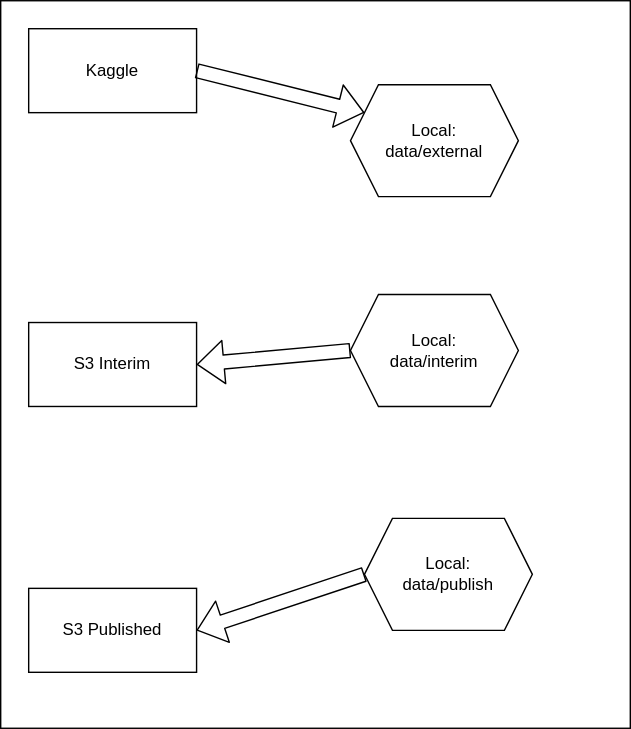
This is design/dataflow.drawio.svg from HSV-AI/product-recommendation, a draw.io export, as it was before one commit. Source tidied: cells renumbered, new cells last; positions are measured from the earlier drawing's top-left corner, leaving out a move shared by most shapes.
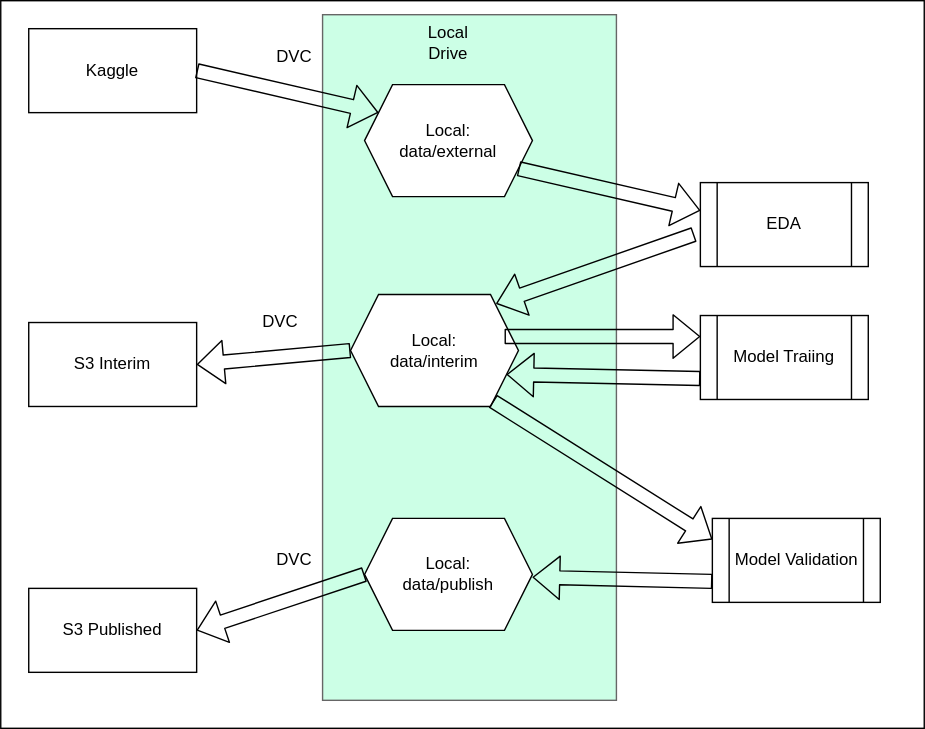
After the commit.

Commit message:
Updated dataflow diagram

The edit, as a diff of the source:
```diff
@@ -3,8 +3,11 @@
     <mxCell id="0" />
     <mxCell id="1" parent="0" />
     <mxCell id="2" style="rounded=0;whiteSpace=wrap;html=1;" parent="1" vertex="1">
-      <mxGeometry width="450" height="520" as="geometry" />
+      <mxGeometry width="660" height="520" as="geometry" />
     </mxCell>
+    <mxCell id="12" style="rounded=0;whiteSpace=wrap;html=1;strokeColor=#666666;fontColor=#333333;fillColor=#CCFFE6;" parent="1" vertex="1">
+      <mxGeometry x="230" y="10" width="210" height="490" as="geometry" />
+    </mxCell>
     <mxCell id="3" value="Kaggle" style="rounded=0;whiteSpace=wrap;html=1;" parent="1" vertex="1">
       <mxGeometry x="20" y="20" width="120" height="60" as="geometry" />
     </mxCell>
@@ -15,11 +18,11 @@
       <mxGeometry x="20" y="420" width="120" height="60" as="geometry" />
     </mxCell>
     <mxCell id="6" value="Local:&lt;br&gt;data/external" style="shape=hexagon;perimeter=hexagonPerimeter2;whiteSpace=wrap;html=1;fixedSize=1;" parent="1" vertex="1">
-      <mxGeometry x="250" y="60" width="120" height="80" as="geometry" />
+      <mxGeometry x="260" y="60" width="120" height="80" as="geometry" />
     </mxCell>
     <mxCell id="7" style="shape=flexArrow;endArrow=classic;html=1;exitX=1;exitY=0.5;exitDx=0;exitDy=0;" parent="1" edge="1" source="3">
       <mxGeometry relative="1" as="geometry">
-        <mxPoint x="260" y="80" as="targetPoint" />
+        <mxPoint x="270" y="80" as="targetPoint" />
       </mxGeometry>
     </mxCell>
     <mxCell id="8" value="Local:&lt;br&gt;data/interim" style="shape=hexagon;perimeter=hexagonPerimeter2;whiteSpace=wrap;html=1;fixedSize=1;" parent="1" vertex="1">
@@ -34,5 +37,49 @@
     <mxCell id="11" style="shape=flexArrow;endArrow=classic;html=1;exitX=0;exitY=0.5;exitDx=0;exitDy=0;entryX=1;entryY=0.5;entryDx=0;entryDy=0;" parent="1" edge="1" source="9" target="5">
       <mxGeometry relative="1" as="geometry" />
     </mxCell>
+    <mxCell id="13" value="DVC" style="text;html=1;strokeColor=none;fillColor=none;align=center;verticalAlign=middle;whiteSpace=wrap;rounded=0;" parent="1" vertex="1">
+      <mxGeometry x="190" y="30" width="40" height="20" as="geometry" />
+    </mxCell>
+    <mxCell id="14" value="DVC" style="text;html=1;strokeColor=none;fillColor=none;align=center;verticalAlign=middle;whiteSpace=wrap;rounded=0;" parent="1" vertex="1">
+      <mxGeometry x="180" y="220" width="40" height="20" as="geometry" />
+    </mxCell>
+    <mxCell id="15" value="DVC" style="text;html=1;strokeColor=none;fillColor=none;align=center;verticalAlign=middle;whiteSpace=wrap;rounded=0;" parent="1" vertex="1">
+      <mxGeometry x="190" y="390" width="40" height="20" as="geometry" />
+    </mxCell>
+    <mxCell id="16" value="EDA" style="shape=process;whiteSpace=wrap;html=1;backgroundOutline=1;" parent="1" vertex="1">
+      <mxGeometry x="500" y="130" width="120" height="60" as="geometry" />
+    </mxCell>
+    <mxCell id="17" style="shape=flexArrow;endArrow=classic;html=1;exitX=1;exitY=0.5;exitDx=0;exitDy=0;" parent="1" edge="1">
+      <mxGeometry relative="1" as="geometry">
+        <mxPoint x="370" y="120" as="sourcePoint" />
+        <mxPoint x="500" y="150" as="targetPoint" />
+      </mxGeometry>
+    </mxCell>
+    <mxCell id="18" style="shape=flexArrow;endArrow=classic;html=1;exitX=-0.037;exitY=0.617;exitDx=0;exitDy=0;exitPerimeter=0;entryX=0.867;entryY=0.082;entryDx=0;entryDy=0;entryPerimeter=0;" parent="1" edge="1" source="16" target="8">
+      <mxGeometry relative="1" as="geometry" />
+    </mxCell>
+    <mxCell id="19" value="Local Drive" style="text;html=1;strokeColor=none;fillColor=none;align=center;verticalAlign=middle;whiteSpace=wrap;rounded=0;" parent="1" vertex="1">
+      <mxGeometry x="300" y="20" width="40" height="20" as="geometry" />
+    </mxCell>
+    <mxCell id="20" value="Model Traiing" style="shape=process;whiteSpace=wrap;html=1;backgroundOutline=1;" parent="1" vertex="1">
+      <mxGeometry x="500" y="225" width="120" height="60" as="geometry" />
+    </mxCell>
+    <mxCell id="21" style="shape=flexArrow;endArrow=classic;html=1;entryX=0;entryY=0.25;entryDx=0;entryDy=0;exitX=0.917;exitY=0.375;exitDx=0;exitDy=0;exitPerimeter=0;" parent="1" edge="1" source="8" target="20">
+      <mxGeometry relative="1" as="geometry" />
+    </mxCell>
+    <mxCell id="22" style="shape=flexArrow;endArrow=classic;html=1;exitX=0;exitY=0.75;exitDx=0;exitDy=0;entryX=1;entryY=0.75;entryDx=0;entryDy=0;" parent="1" edge="1" source="20" target="8">
+      <mxGeometry relative="1" as="geometry" />
+    </mxCell>
+    <mxCell id="23" value="Model Validation" style="shape=process;whiteSpace=wrap;html=1;backgroundOutline=1;" parent="1" vertex="1">
+      <mxGeometry x="508.6" y="370" width="120" height="60" as="geometry" />
+    </mxCell>
+    <mxCell id="24" style="shape=flexArrow;endArrow=classic;html=1;entryX=0;entryY=0.25;entryDx=0;entryDy=0;exitX=0.847;exitY=0.952;exitDx=0;exitDy=0;exitPerimeter=0;" parent="1" edge="1" source="8" target="23">
+      <mxGeometry relative="1" as="geometry" />
+    </mxCell>
+    <mxCell id="25" style="shape=flexArrow;endArrow=classic;html=1;exitX=0;exitY=0.75;exitDx=0;exitDy=0;" parent="1" edge="1" source="23">
+      <mxGeometry relative="1" as="geometry">
+        <mxPoint x="380" y="412" as="targetPoint" />
+      </mxGeometry>
+    </mxCell>
   </root>
 </mxGraphModel>
```
